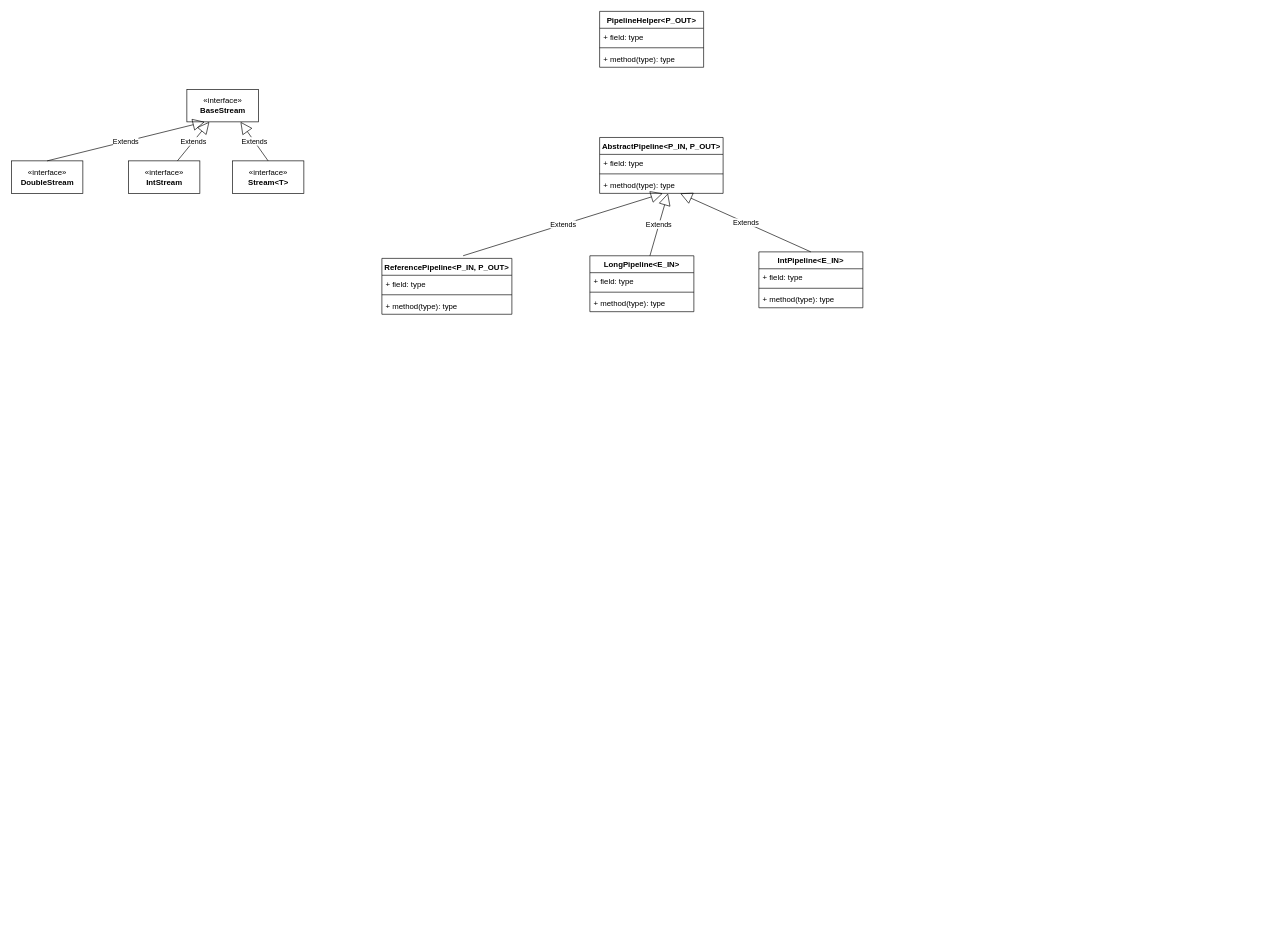
This is page "流" (16 of 31) of jdk/rt.drawio from tadsimons/draw, a draw.io file, before an edit. Source tidied: cells renumbered, new cells numbered last; positions are measured from the earlier drawing's top-left corner, leaving out a move shared by most shapes. Both pictures are drawn from the tidied source at 65%, with x=0, y=0 at pixel (11, 11).
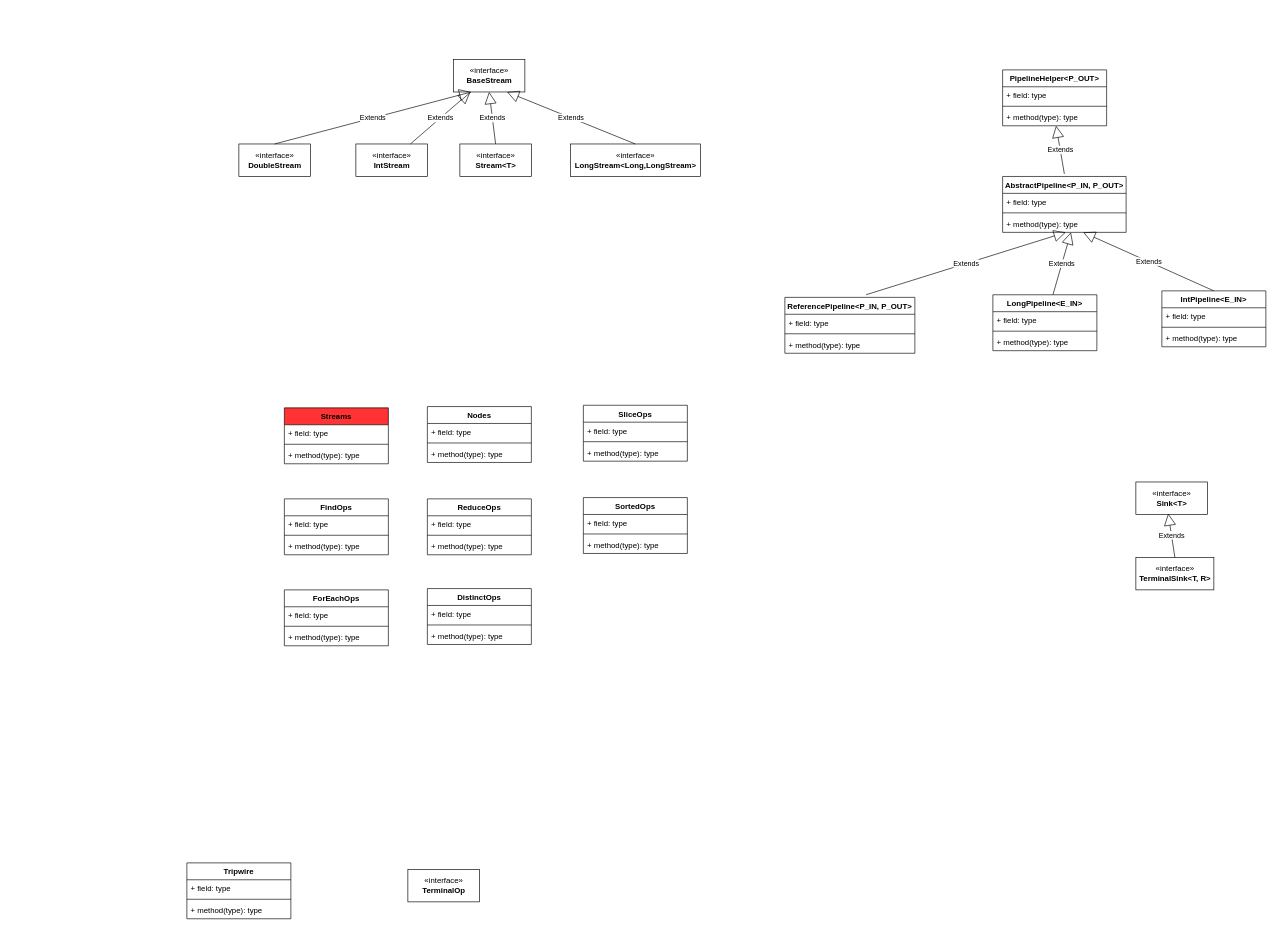
The same page after the edit.

The change refers to these unchanged cells:
```xml
<mxCell id="17" value="+ method(type): type" style="text;strokeColor=none;fillColor=none;align=left;verticalAlign=top;spacingLeft=4;spacingRight=4;overflow=hidden;points=[[0,0.5],[1,0.5]];portConstraint=eastwest;" parent="14" vertex="1">
  <mxGeometry y="60" width="160" height="26" as="geometry" />
</mxCell>
```

Diff of the diagram source:
```diff
@@
     <mxCell id="2" value="«interface»&lt;br&gt;&lt;b&gt;IntStream&lt;/b&gt;" style="html=1;" parent="1" vertex="1">
-      <mxGeometry x="180" y="230" width="110" height="50" as="geometry" />
+      <mxGeometry x="530" y="204" width="110" height="50" as="geometry" />
     </mxCell>
     <mxCell id="3" value="«interface»&lt;br&gt;&lt;b&gt;BaseStream&lt;/b&gt;" style="html=1;" parent="1" vertex="1">
-      <mxGeometry x="270" y="120" width="110" height="50" as="geometry" />
+      <mxGeometry x="680" y="74" width="110" height="50" as="geometry" />
     </mxCell>
@@
     <mxCell id="5" value="«interface»&lt;br&gt;&lt;b&gt;Stream&amp;lt;T&amp;gt;&lt;/b&gt;" style="html=1;" parent="1" vertex="1">
-      <mxGeometry x="340" y="230" width="110" height="50" as="geometry" />
+      <mxGeometry x="690" y="204" width="110" height="50" as="geometry" />
     </mxCell>
-    <mxCell id="6" value="Extends" style="endArrow=block;endSize=16;endFill=0;html=1;entryX=0.75;entryY=1;entryDx=0;entryDy=0;exitX=0.5;exitY=0;exitDx=0;exitDy=0;" parent="1" edge="1" source="5" target="3">
+    <mxCell id="6" value="Extends" style="endArrow=block;endSize=16;endFill=0;html=1;entryX=0.5;entryY=1;entryDx=0;entryDy=0;exitX=0.5;exitY=0;exitDx=0;exitDy=0;" parent="1" edge="1" source="5" target="3">
       <mxGeometry relative="1" as="geometry" />
     </mxCell>
     <mxCell id="7" value="«interface»&lt;br&gt;&lt;b&gt;DoubleStream&lt;/b&gt;" style="html=1;" parent="1" vertex="1">
-      <mxGeometry y="230" width="110" height="50" as="geometry" />
+      <mxGeometry x="350" y="204" width="110" height="50" as="geometry" />
     </mxCell>
@@
     <mxCell id="9" value="ReferencePipeline&lt;P_IN, P_OUT&gt;" style="swimlane;fontStyle=1;align=center;verticalAlign=top;horizontal=1;startSize=26;" parent="1" vertex="1">
-      <mxGeometry x="570" y="380" width="200" height="86" as="geometry" />
+      <mxGeometry x="1190" y="440" width="200" height="86" as="geometry" />
     </mxCell>
@@
     <mxCell id="14" value="PipelineHelper&lt;P_OUT&gt;" style="swimlane;fontStyle=1;align=center;verticalAlign=top;horizontal=1;startSize=26;" parent="1" vertex="1">
-      <mxGeometry x="905" width="160" height="86" as="geometry" />
+      <mxGeometry x="1525" y="90" width="160" height="86" as="geometry" />
     </mxCell>
@@
     <mxCell id="18" value="LongPipeline&lt;E_IN&gt;" style="swimlane;fontStyle=1;align=center;verticalAlign=top;horizontal=1;startSize=26;" parent="1" vertex="1">
-      <mxGeometry x="890" y="376" width="160" height="86" as="geometry" />
+      <mxGeometry x="1510" y="436" width="160" height="86" as="geometry" />
     </mxCell>
@@
     <mxCell id="23" value="IntPipeline&lt;E_IN&gt;" style="swimlane;fontStyle=1;align=center;verticalAlign=top;horizontal=1;startSize=26;" parent="1" vertex="1">
-      <mxGeometry x="1150" y="370" width="160" height="86" as="geometry" />
+      <mxGeometry x="1770" y="430" width="160" height="86" as="geometry" />
     </mxCell>
@@
     <mxCell id="28" value="AbstractPipeline&lt;P_IN, P_OUT&gt;" style="swimlane;fontStyle=1;align=center;verticalAlign=top;horizontal=1;startSize=26;" parent="1" vertex="1">
-      <mxGeometry x="905" y="194" width="190" height="86" as="geometry" />
+      <mxGeometry x="1525" y="254" width="190" height="86" as="geometry" />
     </mxCell>
@@
+    <mxCell id="32" value="Extends" style="endArrow=block;endSize=16;endFill=0;html=1;" parent="28" edge="1" target="17">
+      <mxGeometry relative="1" as="geometry">
+        <mxPoint x="95" y="-4" as="sourcePoint" />
+      </mxGeometry>
+    </mxCell>
+    <mxCell id="33" value="«interface»&lt;br&gt;&lt;b&gt;LongStream&amp;lt;Long,LongStream&amp;gt;&lt;/b&gt;" style="html=1;fillColor=#FFFFFF;" parent="1" vertex="1">
+      <mxGeometry x="860" y="204" width="200" height="50" as="geometry" />
+    </mxCell>
+    <mxCell id="34" value="Extends" style="endArrow=block;endSize=16;endFill=0;html=1;entryX=0.75;entryY=1;entryDx=0;entryDy=0;exitX=0.5;exitY=0;exitDx=0;exitDy=0;" parent="1" edge="1" source="33" target="3">
+      <mxGeometry relative="1" as="geometry" />
+    </mxCell>
+    <mxCell id="35" value="Streams" style="swimlane;fontStyle=1;align=center;verticalAlign=top;horizontal=1;startSize=26;fillColor=#FF3333;" parent="1" vertex="1">
+      <mxGeometry x="420" y="610" width="160" height="86" as="geometry" />
+    </mxCell>
+    <mxCell id="36" value="+ field: type" style="text;strokeColor=none;fillColor=none;align=left;verticalAlign=top;spacingLeft=4;spacingRight=4;overflow=hidden;" parent="35" vertex="1">
+      <mxGeometry y="26" width="160" height="26" as="geometry" />
+    </mxCell>
+    <mxCell id="37" style="line;strokeWidth=1;fillColor=none;align=left;verticalAlign=middle;spacingTop=-1;spacingLeft=3;spacingRight=3;labelPosition=right;" parent="35" vertex="1">
+      <mxGeometry y="52" width="160" height="8" as="geometry" />
+    </mxCell>
+    <mxCell id="38" value="+ method(type): type" style="text;strokeColor=none;fillColor=none;align=left;verticalAlign=top;spacingLeft=4;spacingRight=4;overflow=hidden;" parent="35" vertex="1">
+      <mxGeometry y="60" width="160" height="26" as="geometry" />
+    </mxCell>
+    <mxCell id="39" value="Nodes" style="swimlane;fontStyle=1;align=center;verticalAlign=top;horizontal=1;startSize=26;fillColor=#FFFFFF;" parent="1" vertex="1">
+      <mxGeometry x="640" y="608" width="160" height="86" as="geometry" />
+    </mxCell>
+    <mxCell id="40" value="+ field: type" style="text;strokeColor=none;fillColor=none;align=left;verticalAlign=top;spacingLeft=4;spacingRight=4;overflow=hidden;" parent="39" vertex="1">
+      <mxGeometry y="26" width="160" height="26" as="geometry" />
+    </mxCell>
+    <mxCell id="41" style="line;strokeWidth=1;fillColor=none;align=left;verticalAlign=middle;spacingTop=-1;spacingLeft=3;spacingRight=3;labelPosition=right;" parent="39" vertex="1">
+      <mxGeometry y="52" width="160" height="8" as="geometry" />
+    </mxCell>
+    <mxCell id="42" value="+ method(type): type" style="text;strokeColor=none;fillColor=none;align=left;verticalAlign=top;spacingLeft=4;spacingRight=4;overflow=hidden;" parent="39" vertex="1">
+      <mxGeometry y="60" width="160" height="26" as="geometry" />
+    </mxCell>
+    <mxCell id="43" value="SliceOps" style="swimlane;fontStyle=1;align=center;verticalAlign=top;horizontal=1;startSize=26;strokeColor=#000000;fillColor=#FFFFFF;" parent="1" vertex="1">
+      <mxGeometry x="880" y="606" width="160" height="86" as="geometry" />
+    </mxCell>
+    <mxCell id="44" value="+ field: type" style="text;strokeColor=none;fillColor=none;align=left;verticalAlign=top;spacingLeft=4;spacingRight=4;overflow=hidden;" parent="43" vertex="1">
+      <mxGeometry y="26" width="160" height="26" as="geometry" />
+    </mxCell>
+    <mxCell id="45" style="line;strokeWidth=1;fillColor=none;align=left;verticalAlign=middle;spacingTop=-1;spacingLeft=3;spacingRight=3;labelPosition=right;" parent="43" vertex="1">
+      <mxGeometry y="52" width="160" height="8" as="geometry" />
+    </mxCell>
+    <mxCell id="46" value="+ method(type): type" style="text;strokeColor=none;fillColor=none;align=left;verticalAlign=top;spacingLeft=4;spacingRight=4;overflow=hidden;" parent="43" vertex="1">
+      <mxGeometry y="60" width="160" height="26" as="geometry" />
+    </mxCell>
+    <mxCell id="47" value="FindOps" style="swimlane;fontStyle=1;align=center;verticalAlign=top;horizontal=1;startSize=26;strokeColor=#000000;fillColor=#FFFFFF;" parent="1" vertex="1">
+      <mxGeometry x="420" y="750" width="160" height="86" as="geometry" />
+    </mxCell>
+    <mxCell id="48" value="+ field: type" style="text;strokeColor=none;fillColor=none;align=left;verticalAlign=top;spacingLeft=4;spacingRight=4;overflow=hidden;" parent="47" vertex="1">
+      <mxGeometry y="26" width="160" height="26" as="geometry" />
+    </mxCell>
+    <mxCell id="49" style="line;strokeWidth=1;fillColor=none;align=left;verticalAlign=middle;spacingTop=-1;spacingLeft=3;spacingRight=3;labelPosition=right;" parent="47" vertex="1">
+      <mxGeometry y="52" width="160" height="8" as="geometry" />
+    </mxCell>
+    <mxCell id="50" value="+ method(type): type" style="text;strokeColor=none;fillColor=none;align=left;verticalAlign=top;spacingLeft=4;spacingRight=4;overflow=hidden;" parent="47" vertex="1">
+      <mxGeometry y="60" width="160" height="26" as="geometry" />
+    </mxCell>
+    <mxCell id="51" value="ReduceOps" style="swimlane;fontStyle=1;align=center;verticalAlign=top;horizontal=1;startSize=26;strokeColor=#000000;fillColor=#FFFFFF;" parent="1" vertex="1">
+      <mxGeometry x="640" y="750" width="160" height="86" as="geometry" />
+    </mxCell>
+    <mxCell id="52" value="+ field: type" style="text;strokeColor=none;fillColor=none;align=left;verticalAlign=top;spacingLeft=4;spacingRight=4;overflow=hidden;" parent="51" vertex="1">
+      <mxGeometry y="26" width="160" height="26" as="geometry" />
+    </mxCell>
+    <mxCell id="53" style="line;strokeWidth=1;fillColor=none;align=left;verticalAlign=middle;spacingTop=-1;spacingLeft=3;spacingRight=3;labelPosition=right;" parent="51" vertex="1">
+      <mxGeometry y="52" width="160" height="8" as="geometry" />
+    </mxCell>
+    <mxCell id="54" value="+ method(type): type" style="text;strokeColor=none;fillColor=none;align=left;verticalAlign=top;spacingLeft=4;spacingRight=4;overflow=hidden;" parent="51" vertex="1">
+      <mxGeometry y="60" width="160" height="26" as="geometry" />
+    </mxCell>
+    <mxCell id="55" value="SortedOps" style="swimlane;fontStyle=1;align=center;verticalAlign=top;horizontal=1;startSize=26;strokeColor=#000000;fillColor=#FFFFFF;" parent="1" vertex="1">
+      <mxGeometry x="880" y="748" width="160" height="86" as="geometry" />
+    </mxCell>
+    <mxCell id="56" value="+ field: type" style="text;strokeColor=none;fillColor=none;align=left;verticalAlign=top;spacingLeft=4;spacingRight=4;overflow=hidden;" parent="55" vertex="1">
+      <mxGeometry y="26" width="160" height="26" as="geometry" />
+    </mxCell>
+    <mxCell id="57" style="line;strokeWidth=1;fillColor=none;align=left;verticalAlign=middle;spacingTop=-1;spacingLeft=3;spacingRight=3;labelPosition=right;" parent="55" vertex="1">
+      <mxGeometry y="52" width="160" height="8" as="geometry" />
+    </mxCell>
+    <mxCell id="58" value="+ method(type): type" style="text;strokeColor=none;fillColor=none;align=left;verticalAlign=top;spacingLeft=4;spacingRight=4;overflow=hidden;" parent="55" vertex="1">
+      <mxGeometry y="60" width="160" height="26" as="geometry" />
+    </mxCell>
+    <mxCell id="59" value="ForEachOps" style="swimlane;fontStyle=1;align=center;verticalAlign=top;horizontal=1;startSize=26;strokeColor=#000000;fillColor=#FFFFFF;" parent="1" vertex="1">
+      <mxGeometry x="420" y="890" width="160" height="86" as="geometry" />
+    </mxCell>
+    <mxCell id="60" value="+ field: type" style="text;strokeColor=none;fillColor=none;align=left;verticalAlign=top;spacingLeft=4;spacingRight=4;overflow=hidden;" parent="59" vertex="1">
+      <mxGeometry y="26" width="160" height="26" as="geometry" />
+    </mxCell>
+    <mxCell id="61" style="line;strokeWidth=1;fillColor=none;align=left;verticalAlign=middle;spacingTop=-1;spacingLeft=3;spacingRight=3;labelPosition=right;" parent="59" vertex="1">
+      <mxGeometry y="52" width="160" height="8" as="geometry" />
+    </mxCell>
+    <mxCell id="62" value="+ method(type): type" style="text;strokeColor=none;fillColor=none;align=left;verticalAlign=top;spacingLeft=4;spacingRight=4;overflow=hidden;" parent="59" vertex="1">
+      <mxGeometry y="60" width="160" height="26" as="geometry" />
+    </mxCell>
+    <mxCell id="63" value="DistinctOps" style="swimlane;fontStyle=1;align=center;verticalAlign=top;horizontal=1;startSize=26;strokeColor=#000000;fillColor=#FFFFFF;" parent="1" vertex="1">
+      <mxGeometry x="640" y="888" width="160" height="86" as="geometry" />
+    </mxCell>
+    <mxCell id="64" value="+ field: type" style="text;strokeColor=none;fillColor=none;align=left;verticalAlign=top;spacingLeft=4;spacingRight=4;overflow=hidden;" parent="63" vertex="1">
+      <mxGeometry y="26" width="160" height="26" as="geometry" />
+    </mxCell>
+    <mxCell id="65" style="line;strokeWidth=1;fillColor=none;align=left;verticalAlign=middle;spacingTop=-1;spacingLeft=3;spacingRight=3;labelPosition=right;" parent="63" vertex="1">
+      <mxGeometry y="52" width="160" height="8" as="geometry" />
+    </mxCell>
+    <mxCell id="66" value="+ method(type): type" style="text;strokeColor=none;fillColor=none;align=left;verticalAlign=top;spacingLeft=4;spacingRight=4;overflow=hidden;" parent="63" vertex="1">
+      <mxGeometry y="60" width="160" height="26" as="geometry" />
+    </mxCell>
+    <mxCell id="67" value="«interface»&lt;br&gt;&lt;b&gt;Sink&amp;lt;T&amp;gt;&lt;/b&gt;" style="html=1;strokeColor=#000000;fillColor=#FFFFFF;" parent="1" vertex="1">
+      <mxGeometry x="1730" y="724" width="110" height="50" as="geometry" />
+    </mxCell>
+    <mxCell id="68" value="«interface»&lt;br&gt;&lt;b&gt;TerminalSink&amp;lt;T, R&amp;gt;&lt;/b&gt;" style="html=1;strokeColor=#000000;fillColor=#FFFFFF;" parent="1" vertex="1">
+      <mxGeometry x="1730" y="840" width="120" height="50" as="geometry" />
+    </mxCell>
+    <mxCell id="69" value="Extends" style="endArrow=block;endSize=16;endFill=0;html=1;entryX=0.452;entryY=0.971;entryDx=0;entryDy=0;entryPerimeter=0;exitX=0.5;exitY=0;exitDx=0;exitDy=0;" parent="1" edge="1" source="68" target="67">
+      <mxGeometry relative="1" as="geometry" />
+    </mxCell>
+    <mxCell id="70" value="Tripwire" style="swimlane;fontStyle=1;align=center;verticalAlign=top;horizontal=1;startSize=26;strokeColor=#000000;fillColor=#FFFFFF;" parent="1" vertex="1">
+      <mxGeometry x="270" y="1310" width="160" height="86" as="geometry" />
+    </mxCell>
+    <mxCell id="71" value="+ field: type" style="text;strokeColor=none;fillColor=none;align=left;verticalAlign=top;spacingLeft=4;spacingRight=4;overflow=hidden;" parent="70" vertex="1">
+      <mxGeometry y="26" width="160" height="26" as="geometry" />
+    </mxCell>
+    <mxCell id="72" style="line;strokeWidth=1;fillColor=none;align=left;verticalAlign=middle;spacingTop=-1;spacingLeft=3;spacingRight=3;labelPosition=right;" parent="70" vertex="1">
+      <mxGeometry y="52" width="160" height="8" as="geometry" />
+    </mxCell>
+    <mxCell id="73" value="+ method(type): type" style="text;strokeColor=none;fillColor=none;align=left;verticalAlign=top;spacingLeft=4;spacingRight=4;overflow=hidden;" parent="70" vertex="1">
+      <mxGeometry y="60" width="160" height="26" as="geometry" />
+    </mxCell>
+    <mxCell id="74" value="«interface»&lt;br&gt;&lt;b&gt;TerminalOp&lt;/b&gt;" style="html=1;strokeColor=#000000;fillColor=#FFFFFF;" parent="1" vertex="1">
+      <mxGeometry x="610" y="1320" width="110" height="50" as="geometry" />
+    </mxCell>
```
